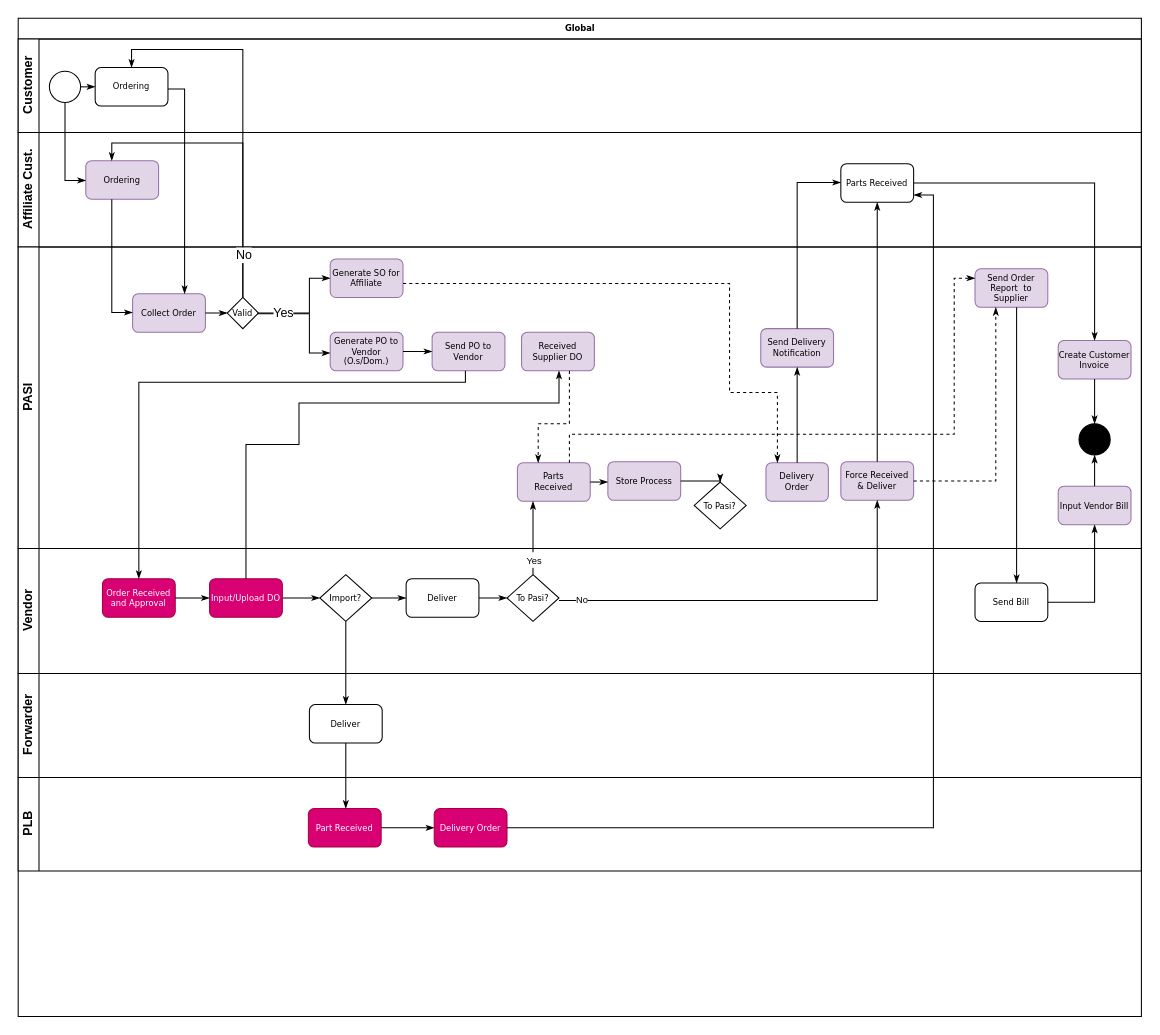
This is page "0. Global" (1 of 8) of PASI - PPS.drawio from hendrasaputra0501/pasi-bpa, a draw.io file, before an edit. Source tidied: cells renumbered, new cells numbered last; positions are measured from the earlier drawing's top-left corner, leaving out a move shared by most shapes. Both pictures are drawn from the tidied source at 104%, with x=0, y=0 at pixel (18, 18).
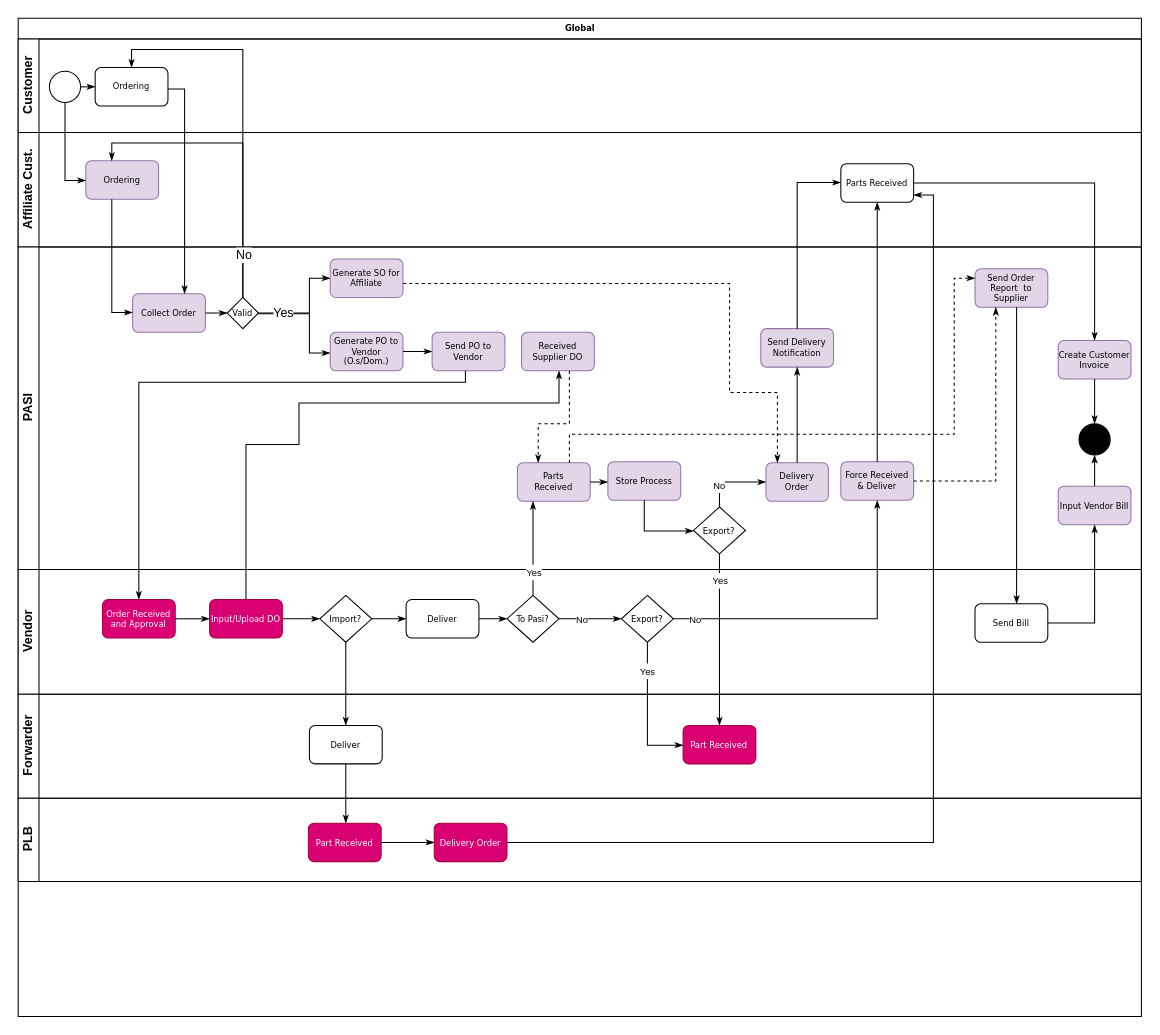
The same diagram, later.

Unchanged cells that the change refers to:
```xml
<mxCell id="2" value="Global" style="swimlane;html=1;horizontal=1;startSize=20;rounded=0;shadow=0;labelBackgroundColor=none;strokeWidth=1;fontFamily=Verdana;fontSize=8;align=center;" parent="1" vertex="1">
  <mxGeometry width="1080" height="960" as="geometry" />
</mxCell>
<mxCell id="9" value="Parts Received" style="rounded=1;whiteSpace=wrap;html=1;shadow=0;labelBackgroundColor=none;strokeWidth=1;fontFamily=Verdana;fontSize=8;align=center;" parent="7" vertex="1">
  <mxGeometry x="791" y="30" width="70" height="37" as="geometry" />
</mxCell>
<mxCell id="28" value="Store Process" style="rounded=1;whiteSpace=wrap;html=1;shadow=0;labelBackgroundColor=none;strokeWidth=1;fontFamily=Verdana;fontSize=8;align=center;fillColor=#e1d5e7;strokeColor=#9673a6;" parent="10" vertex="1">
  <mxGeometry x="567" y="206.5" width="70" height="37" as="geometry" />
</mxCell>
<mxCell id="30" value="Delivery Order" style="rounded=1;whiteSpace=wrap;html=1;shadow=0;labelBackgroundColor=none;strokeWidth=1;fontFamily=Verdana;fontSize=8;align=center;fillColor=#e1d5e7;strokeColor=#9673a6;" parent="10" vertex="1">
  <mxGeometry x="719" y="207.5" width="60" height="37" as="geometry" />
</mxCell>
<mxCell id="33" value="&lt;div&gt;Force Received &amp;amp; Deliver&lt;/div&gt;" style="rounded=1;whiteSpace=wrap;html=1;shadow=0;labelBackgroundColor=none;strokeWidth=1;fontFamily=Verdana;fontSize=8;align=center;fillColor=#e1d5e7;strokeColor=#9673a6;" parent="10" vertex="1">
  <mxGeometry x="791" y="206.5" width="70" height="37" as="geometry" />
</mxCell>
<mxCell id="48" value="To Pasi?" style="strokeWidth=1;html=1;shape=mxgraph.flowchart.decision;whiteSpace=wrap;rounded=1;shadow=0;labelBackgroundColor=none;fontFamily=Verdana;fontSize=8;align=center;" parent="42" vertex="1">
  <mxGeometry x="470" y="25" width="50" height="45" as="geometry" />
</mxCell>
```

The edit, as a diff of the source:
```diff
@@
     <mxCell id="10" value="PASI" style="swimlane;html=1;startSize=20;horizontal=0;" parent="2" vertex="1">
-      <mxGeometry y="220" width="1080" height="290" as="geometry" />
+      <mxGeometry y="220" width="1080" height="310" as="geometry" />
     </mxCell>
@@
-    <mxCell id="39" value="To Pasi?" style="strokeWidth=1;html=1;shape=mxgraph.flowchart.decision;whiteSpace=wrap;rounded=1;shadow=0;labelBackgroundColor=none;fontFamily=Verdana;fontSize=8;align=center;" parent="10" vertex="1">
-      <mxGeometry x="650" y="226" width="50" height="45" as="geometry" />
+    <mxCell id="39" value="Export?" style="strokeWidth=1;html=1;shape=mxgraph.flowchart.decision;whiteSpace=wrap;rounded=1;shadow=0;labelBackgroundColor=none;fontFamily=Verdana;fontSize=8;align=center;" parent="10" vertex="1">
+      <mxGeometry x="649.3" y="250" width="50" height="45" as="geometry" />
     </mxCell>
     <mxCell id="40" style="edgeStyle=orthogonalEdgeStyle;rounded=0;html=1;labelBackgroundColor=none;startArrow=none;startFill=0;startSize=5;endArrow=classicThin;endFill=1;endSize=5;jettySize=auto;strokeWidth=1;fontFamily=Verdana;fontSize=8;" parent="10" edge="1" source="28" target="39">
       <mxGeometry relative="1" as="geometry">
         <Array as="points">
-          <mxPoint x="675" y="225" />
+          <mxPoint x="602" y="273" />
         </Array>
       </mxGeometry>
     </mxCell>
+    <mxCell id="78" style="edgeStyle=orthogonalEdgeStyle;rounded=0;html=1;labelBackgroundColor=none;startArrow=none;startFill=0;startSize=5;endArrow=classicThin;endFill=1;endSize=5;jettySize=auto;strokeWidth=1;fontFamily=Verdana;fontSize=8;" parent="10" edge="1" source="39" target="30">
+      <mxGeometry relative="1" as="geometry">
+        <Array as="points">
+          <mxPoint x="674" y="226" />
+        </Array>
+      </mxGeometry>
+    </mxCell>
+    <mxCell id="79" value="&lt;font style=&quot;font-size: 9px;&quot;&gt;No&lt;/font&gt;" style="edgeLabel;html=1;align=center;verticalAlign=middle;fontSize=12;" parent="78" vertex="1">
+      <mxGeometry x="-0.35" y="1" relative="1" as="geometry" />
+    </mxCell>
@@
     <mxCell id="42" value="Vendor" style="swimlane;html=1;startSize=20;horizontal=0;" parent="2" vertex="1">
-      <mxGeometry y="510" width="1080" height="120" as="geometry" />
+      <mxGeometry y="530" width="1080" height="120" as="geometry" />
     </mxCell>
@@
+    <mxCell id="80" value="Export?" style="strokeWidth=1;html=1;shape=mxgraph.flowchart.decision;whiteSpace=wrap;rounded=1;shadow=0;labelBackgroundColor=none;fontFamily=Verdana;fontSize=8;align=center;" parent="42" vertex="1">
+      <mxGeometry x="580" y="25" width="50" height="45" as="geometry" />
+    </mxCell>
+    <mxCell id="56" style="edgeStyle=orthogonalEdgeStyle;rounded=0;html=1;labelBackgroundColor=none;startArrow=none;startFill=0;startSize=5;endArrow=classicThin;endFill=1;endSize=5;jettySize=auto;strokeWidth=1;fontFamily=Verdana;fontSize=8;" parent="42" edge="1" source="48" target="80">
+      <mxGeometry relative="1" as="geometry">
+        <Array as="points">
+          <mxPoint x="570" y="48" />
+          <mxPoint x="570" y="48" />
+        </Array>
+      </mxGeometry>
+    </mxCell>
+    <mxCell id="57" value="&lt;font style=&quot;font-size: 9px;&quot;&gt;No&lt;/font&gt;" style="edgeLabel;html=1;align=center;verticalAlign=middle;fontSize=12;" parent="56" vertex="1">
+      <mxGeometry x="-0.81" y="3" relative="1" as="geometry">
+        <mxPoint x="15" y="3" as="offset" />
+      </mxGeometry>
+    </mxCell>
@@
-    <mxCell id="56" style="edgeStyle=orthogonalEdgeStyle;rounded=0;html=1;labelBackgroundColor=none;startArrow=none;startFill=0;startSize=5;endArrow=classicThin;endFill=1;endSize=5;jettySize=auto;strokeWidth=1;fontFamily=Verdana;fontSize=8;" parent="2" edge="1" source="48" target="33">
-      <mxGeometry relative="1" as="geometry">
-        <Array as="points">
-          <mxPoint x="826" y="560" />
-        </Array>
-      </mxGeometry>
-    </mxCell>
-    <mxCell id="57" value="&lt;font style=&quot;font-size: 9px;&quot;&gt;No&lt;/font&gt;" style="edgeLabel;html=1;align=center;verticalAlign=middle;fontSize=12;" parent="56" vertex="1">
-      <mxGeometry x="-0.81" y="3" relative="1" as="geometry">
-        <mxPoint x="-17" y="1" as="offset" />
-      </mxGeometry>
-    </mxCell>
@@
     <mxCell id="69" value="Forwarder" style="swimlane;html=1;startSize=20;horizontal=0;" parent="2" vertex="1">
-      <mxGeometry y="630" width="1080" height="100" as="geometry" />
+      <mxGeometry y="650" width="1080" height="100" as="geometry" />
     </mxCell>
@@
+    <mxCell id="81" value="Part Received" style="rounded=1;whiteSpace=wrap;html=1;shadow=0;labelBackgroundColor=none;strokeWidth=1;fontFamily=Verdana;fontSize=8;align=center;strokeColor=#A50040;verticalAlign=middle;fontColor=#ffffff;fillColor=#d80073;" parent="69" vertex="1">
+      <mxGeometry x="639.3" y="30" width="70" height="37" as="geometry" />
+    </mxCell>
@@
     <mxCell id="72" value="PLB" style="swimlane;html=1;startSize=20;horizontal=0;" parent="2" vertex="1">
-      <mxGeometry y="730" width="1080" height="90" as="geometry" />
+      <mxGeometry y="750" width="1080" height="80" as="geometry" />
     </mxCell>
     <mxCell id="73" value="Part Received" style="rounded=1;whiteSpace=wrap;html=1;shadow=0;labelBackgroundColor=none;strokeWidth=1;fontFamily=Verdana;fontSize=8;align=center;strokeColor=#A50040;verticalAlign=middle;fontColor=#ffffff;fillColor=#d80073;" parent="72" vertex="1">
-      <mxGeometry x="279" y="30" width="70" height="37" as="geometry" />
+      <mxGeometry x="279" y="24" width="70" height="37" as="geometry" />
     </mxCell>
     <mxCell id="74" value="Delivery Order" style="rounded=1;whiteSpace=wrap;html=1;shadow=0;labelBackgroundColor=none;strokeWidth=1;fontFamily=Verdana;fontSize=8;align=center;strokeColor=#A50040;verticalAlign=middle;fontColor=#ffffff;fillColor=#d80073;" parent="72" vertex="1">
-      <mxGeometry x="400" y="30" width="70" height="37" as="geometry" />
+      <mxGeometry x="400" y="24" width="70" height="37" as="geometry" />
     </mxCell>
@@
     <mxCell id="77" style="edgeStyle=orthogonalEdgeStyle;rounded=0;html=1;labelBackgroundColor=none;startArrow=none;startFill=0;startSize=5;endArrow=classicThin;endFill=1;endSize=5;jettySize=auto;strokeWidth=1;fontFamily=Verdana;fontSize=8;" parent="2" edge="1" source="74" target="9">
       <mxGeometry relative="1" as="geometry">
         <Array as="points">
-          <mxPoint x="880" y="779" />
+          <mxPoint x="880" y="792" />
           <mxPoint x="880" y="170" />
         </Array>
       </mxGeometry>
     </mxCell>
+    <mxCell id="82" style="edgeStyle=orthogonalEdgeStyle;rounded=0;html=1;labelBackgroundColor=none;startArrow=none;startFill=0;startSize=5;endArrow=classicThin;endFill=1;endSize=5;jettySize=auto;strokeWidth=1;fontFamily=Verdana;fontSize=8;" parent="2" edge="1" source="39" target="81">
+      <mxGeometry relative="1" as="geometry" />
+    </mxCell>
+    <mxCell id="83" value="&lt;font style=&quot;font-size: 9px;&quot;&gt;Yes&lt;/font&gt;" style="edgeLabel;html=1;align=center;verticalAlign=middle;fontSize=12;" parent="82" vertex="1">
+      <mxGeometry x="-0.73" y="-1" relative="1" as="geometry">
+        <mxPoint x="1" y="3" as="offset" />
+      </mxGeometry>
+    </mxCell>
+    <mxCell id="84" style="edgeStyle=orthogonalEdgeStyle;rounded=0;html=1;labelBackgroundColor=none;startArrow=none;startFill=0;startSize=5;endArrow=classicThin;endFill=1;endSize=5;jettySize=auto;strokeWidth=1;fontFamily=Verdana;fontSize=8;" parent="2" edge="1" source="80" target="81">
+      <mxGeometry relative="1" as="geometry">
+        <Array as="points">
+          <mxPoint x="605" y="699" />
+        </Array>
+      </mxGeometry>
+    </mxCell>
+    <mxCell id="85" value="&lt;font style=&quot;font-size: 9px;&quot;&gt;Yes&lt;/font&gt;" style="edgeLabel;html=1;align=center;verticalAlign=middle;fontSize=12;" parent="84" vertex="1">
+      <mxGeometry x="-0.59" y="-1" relative="1" as="geometry" />
+    </mxCell>
+    <mxCell id="86" style="edgeStyle=orthogonalEdgeStyle;rounded=0;html=1;labelBackgroundColor=none;startArrow=none;startFill=0;startSize=5;endArrow=classicThin;endFill=1;endSize=5;jettySize=auto;strokeWidth=1;fontFamily=Verdana;fontSize=8;" parent="2" edge="1" source="80" target="33">
+      <mxGeometry relative="1" as="geometry" />
+    </mxCell>
+    <mxCell id="87" value="&lt;font style=&quot;font-size: 9px;&quot;&gt;No&lt;/font&gt;" style="edgeLabel;html=1;align=center;verticalAlign=middle;fontSize=12;" parent="86" vertex="1">
+      <mxGeometry x="-0.81" y="3" relative="1" as="geometry">
+        <mxPoint x="-9" y="3" as="offset" />
+      </mxGeometry>
+    </mxCell>
```
